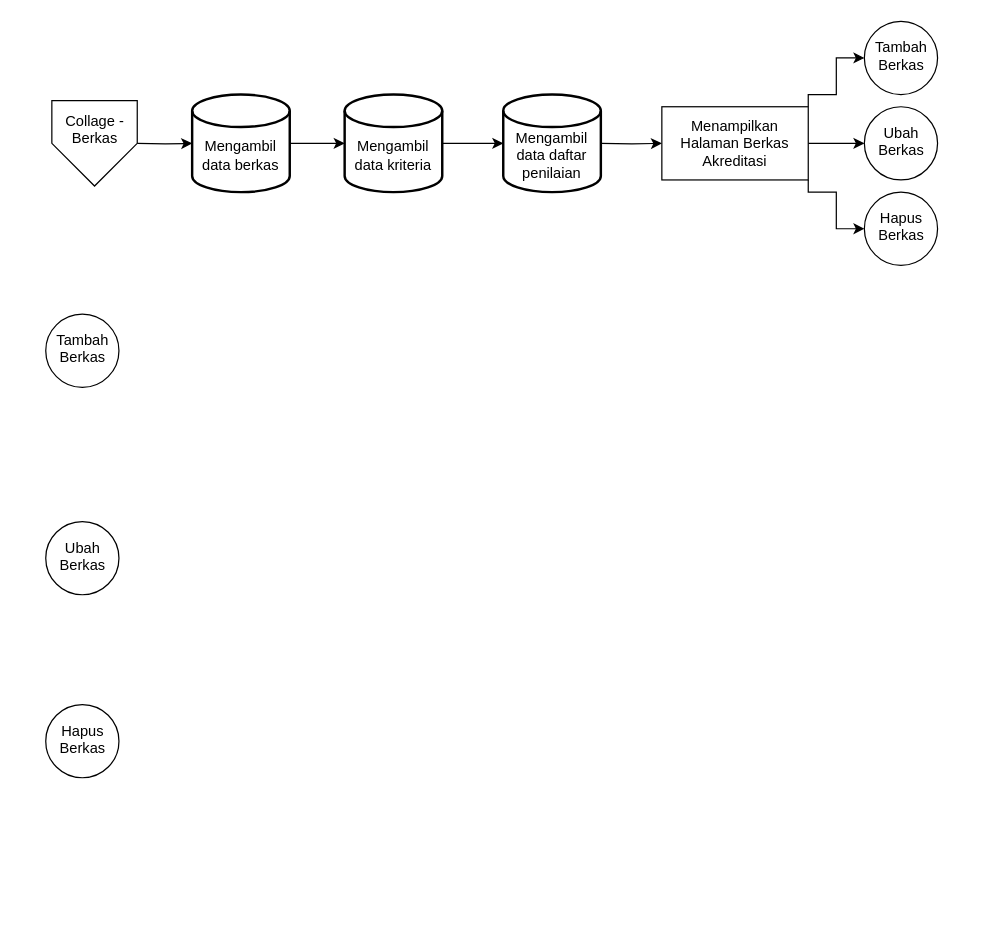
Before: page "Collage - Akreditasi - Berkas" (7 of 7) of FilemanagerLPMI.drawio in muhfajarm/laravel-file-manager, a draw.io diagram. Source tidied: cells renumbered, new cells numbered last; positions are measured from the earlier drawing's top-left corner, leaving out a move shared by most shapes. Both pictures are drawn from the tidied source at 122%, with x=0, y=0 at pixel (45, 21).
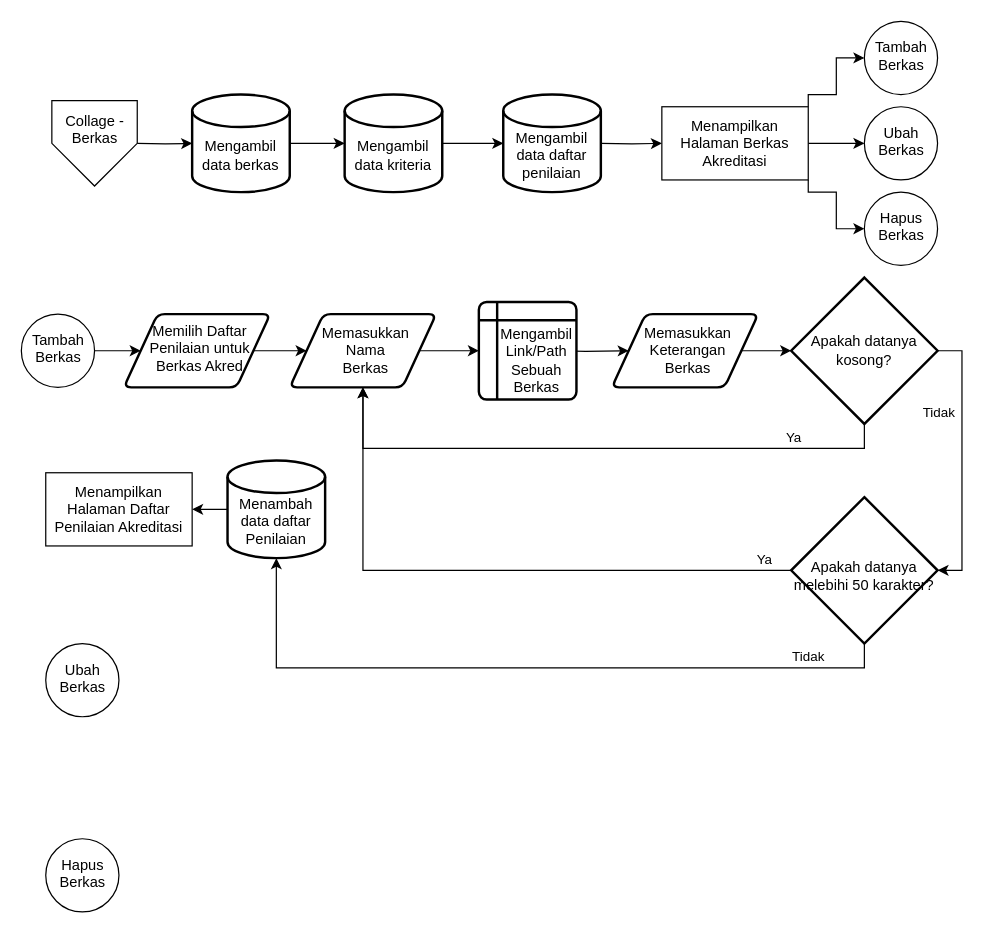
Above is the later version.

Commit message:
Update Collage - Akreditasi - Berkas

What changed in the source:
```diff
@@
     <mxCell id="17" value="&lt;div&gt;Tambah&lt;/div&gt;&lt;div&gt;Berkas&lt;br&gt;&lt;/div&gt;" style="verticalLabelPosition=bottom;verticalAlign=top;html=1;shape=mxgraph.flowchart.on-page_reference;rounded=0;spacing=-50;" parent="1" vertex="1">
-      <mxGeometry y="240" width="60" height="60" as="geometry" />
+      <mxGeometry x="-20" y="240" width="60" height="60" as="geometry" />
     </mxCell>
     <mxCell id="18" value="&lt;div&gt;Ubah&lt;/div&gt;&lt;div&gt;Berkas&lt;br&gt;&lt;/div&gt;" style="verticalLabelPosition=bottom;verticalAlign=top;html=1;shape=mxgraph.flowchart.on-page_reference;rounded=0;spacing=-50;" parent="1" vertex="1">
-      <mxGeometry y="410" width="60" height="60" as="geometry" />
+      <mxGeometry y="510" width="60" height="60" as="geometry" />
     </mxCell>
     <mxCell id="19" value="&lt;div&gt;Hapus&lt;/div&gt;&lt;div&gt;Berkas&lt;br&gt;&lt;/div&gt;" style="verticalLabelPosition=bottom;verticalAlign=top;html=1;shape=mxgraph.flowchart.on-page_reference;rounded=0;spacing=-50;" parent="1" vertex="1">
-      <mxGeometry y="560" width="60" height="60" as="geometry" />
+      <mxGeometry y="670" width="60" height="60" as="geometry" />
     </mxCell>
+    <mxCell id="20" style="edgeStyle=orthogonalEdgeStyle;rounded=0;jettySize=auto;html=1;entryX=0;entryY=0.5;entryDx=0;entryDy=0;exitX=1;exitY=0.5;exitDx=0;exitDy=0;exitPerimeter=0;" parent="1" edge="1" source="17" target="39">
+      <mxGeometry relative="1" as="geometry" />
+    </mxCell>
+    <mxCell id="21" style="edgeStyle=orthogonalEdgeStyle;rounded=0;jettySize=auto;html=1;exitX=1;exitY=0.5;exitDx=0;exitDy=0;" parent="1" edge="1" source="40" target="29">
+      <mxGeometry relative="1" as="geometry" />
+    </mxCell>
+    <mxCell id="22" style="edgeStyle=orthogonalEdgeStyle;rounded=0;jettySize=auto;html=1;" parent="1" edge="1" target="40">
+      <mxGeometry relative="1" as="geometry">
+        <mxPoint x="420" y="270" as="sourcePoint" />
+      </mxGeometry>
+    </mxCell>
+    <mxCell id="23" style="edgeStyle=orthogonalEdgeStyle;rounded=0;jettySize=auto;html=1;" parent="1" edge="1" source="24" target="41">
+      <mxGeometry relative="1" as="geometry" />
+    </mxCell>
+    <mxCell id="24" value="&lt;div&gt;Memasukkan&lt;/div&gt;&lt;div&gt;Nama&lt;/div&gt;&lt;div&gt;Berkas&lt;/div&gt;" style="shape=parallelogram;html=1;strokeWidth=2;perimeter=parallelogramPerimeter;whiteSpace=wrap;rounded=1;arcSize=12;size=0.23;align=center;spacingLeft=5;" parent="1" vertex="1">
+      <mxGeometry x="200" y="240" width="120" height="60" as="geometry" />
+    </mxCell>
+    <mxCell id="25" style="edgeStyle=orthogonalEdgeStyle;rounded=0;jettySize=auto;html=1;entryX=1;entryY=0.5;entryDx=0;entryDy=0;entryPerimeter=0;exitX=1;exitY=0.5;exitDx=0;exitDy=0;exitPerimeter=0;" parent="1" edge="1" source="29" target="37">
+      <mxGeometry relative="1" as="geometry" />
+    </mxCell>
+    <mxCell id="26" value="Tidak" style="edgeLabel;html=1;align=center;verticalAlign=middle;" parent="25" vertex="1">
+      <mxGeometry x="-0.82" relative="1" as="geometry">
+        <mxPoint x="-20" y="50" as="offset" />
+      </mxGeometry>
+    </mxCell>
+    <mxCell id="27" style="edgeStyle=orthogonalEdgeStyle;rounded=0;jettySize=auto;html=1;exitX=0.5;exitY=1;exitDx=0;exitDy=0;exitPerimeter=0;entryX=0.5;entryY=1;entryDx=0;entryDy=0;" parent="1" edge="1" source="29" target="24">
+      <mxGeometry relative="1" as="geometry" />
+    </mxCell>
+    <mxCell id="28" value="Ya" style="edgeLabel;html=1;align=center;verticalAlign=middle;" parent="27" vertex="1">
+      <mxGeometry x="-0.3" relative="1" as="geometry">
+        <mxPoint x="89" y="-10" as="offset" />
+      </mxGeometry>
+    </mxCell>
+    <mxCell id="29" value="&lt;div&gt;Apakah datanya&lt;/div&gt;&lt;div&gt;kosong?&lt;br&gt;&lt;/div&gt;" style="strokeWidth=2;html=1;shape=mxgraph.flowchart.decision;whiteSpace=wrap;" parent="1" vertex="1">
+      <mxGeometry x="611" y="210" width="120" height="120" as="geometry" />
+    </mxCell>
+    <mxCell id="30" style="edgeStyle=orthogonalEdgeStyle;rounded=0;jettySize=auto;html=1;" parent="1" edge="1" source="31" target="32">
+      <mxGeometry relative="1" as="geometry" />
+    </mxCell>
+    <mxCell id="31" value="&lt;div&gt;Menambah&lt;/div&gt;&lt;div&gt;data daftar&lt;/div&gt;&lt;div&gt;Penilaian&lt;br&gt;&lt;/div&gt;" style="strokeWidth=2;html=1;shape=mxgraph.flowchart.database;whiteSpace=wrap;rounded=0;spacingTop=20;" parent="1" vertex="1">
+      <mxGeometry x="149" y="360" width="80" height="80" as="geometry" />
+    </mxCell>
+    <mxCell id="32" value="Menampilkan Halaman Daftar Penilaian Akreditasi" style="rounded=0;whiteSpace=wrap;html=1;" parent="1" vertex="1">
+      <mxGeometry y="370" width="120" height="60" as="geometry" />
+    </mxCell>
+    <mxCell id="33" style="edgeStyle=orthogonalEdgeStyle;rounded=0;jettySize=auto;html=1;exitX=0.5;exitY=1;exitDx=0;exitDy=0;exitPerimeter=0;entryX=0.5;entryY=1;entryDx=0;entryDy=0;entryPerimeter=0;" parent="1" edge="1" source="37" target="31">
+      <mxGeometry relative="1" as="geometry" />
+    </mxCell>
+    <mxCell id="34" value="Tidak" style="edgeLabel;html=1;align=center;verticalAlign=middle;" parent="33" vertex="1">
+      <mxGeometry x="-0.71" y="1" relative="1" as="geometry">
+        <mxPoint x="19" y="-11" as="offset" />
+      </mxGeometry>
+    </mxCell>
+    <mxCell id="35" style="edgeStyle=orthogonalEdgeStyle;rounded=0;jettySize=auto;html=1;exitX=0;exitY=0.5;exitDx=0;exitDy=0;exitPerimeter=0;entryX=0.5;entryY=1;entryDx=0;entryDy=0;" parent="1" edge="1" source="37" target="24">
+      <mxGeometry relative="1" as="geometry" />
+    </mxCell>
+    <mxCell id="36" value="Ya" style="edgeLabel;html=1;align=center;verticalAlign=middle;" parent="35" vertex="1">
+      <mxGeometry x="-0.63" y="-4" relative="1" as="geometry">
+        <mxPoint x="70" y="-6" as="offset" />
+      </mxGeometry>
+    </mxCell>
+    <mxCell id="37" value="&lt;div&gt;Apakah datanya&lt;/div&gt;&lt;div&gt;melebihi 50 karakter?&lt;br&gt;&lt;/div&gt;" style="strokeWidth=2;html=1;shape=mxgraph.flowchart.decision;whiteSpace=wrap;spacingTop=10;" parent="1" vertex="1">
+      <mxGeometry x="611" y="390" width="120" height="120" as="geometry" />
+    </mxCell>
+    <mxCell id="38" style="edgeStyle=orthogonalEdgeStyle;rounded=0;jettySize=auto;html=1;" parent="1" edge="1" source="39" target="24">
+      <mxGeometry relative="1" as="geometry" />
+    </mxCell>
+    <mxCell id="39" value="&lt;div&gt;Memilih Daftar&lt;/div&gt;&lt;div&gt;Penilaian untuk&lt;br&gt;&lt;/div&gt;Berkas Akred" style="shape=parallelogram;html=1;strokeWidth=2;perimeter=parallelogramPerimeter;whiteSpace=wrap;rounded=1;arcSize=12;size=0.23;align=center;spacingLeft=5;verticalAlign=top;fontStyle=0;" parent="1" vertex="1">
+      <mxGeometry x="64" y="240" width="120" height="60" as="geometry" />
+    </mxCell>
+    <mxCell id="40" value="&lt;div&gt;Memasukkan&lt;/div&gt;&lt;div&gt;Keterangan&lt;/div&gt;&lt;div&gt;Berkas&lt;br&gt;&lt;/div&gt;" style="shape=parallelogram;html=1;strokeWidth=2;perimeter=parallelogramPerimeter;whiteSpace=wrap;rounded=1;arcSize=12;size=0.23;align=center;spacingLeft=5;" parent="1" vertex="1">
+      <mxGeometry x="464" y="240" width="120" height="60" as="geometry" />
+    </mxCell>
+    <mxCell id="41" value="&lt;div&gt;Mengambil&lt;/div&gt;&lt;div&gt;Link/Path&lt;/div&gt;&lt;div&gt;Sebuah&lt;/div&gt;&lt;div&gt;Berkas&lt;br&gt;&lt;/div&gt;" style="shape=internalStorage;whiteSpace=wrap;html=1;dx=15;dy=15;rounded=1;arcSize=8;strokeWidth=2;spacingLeft=15;spacingTop=15;" parent="1" vertex="1">
+      <mxGeometry x="355" y="230" width="80" height="80" as="geometry" />
+    </mxCell>
```
